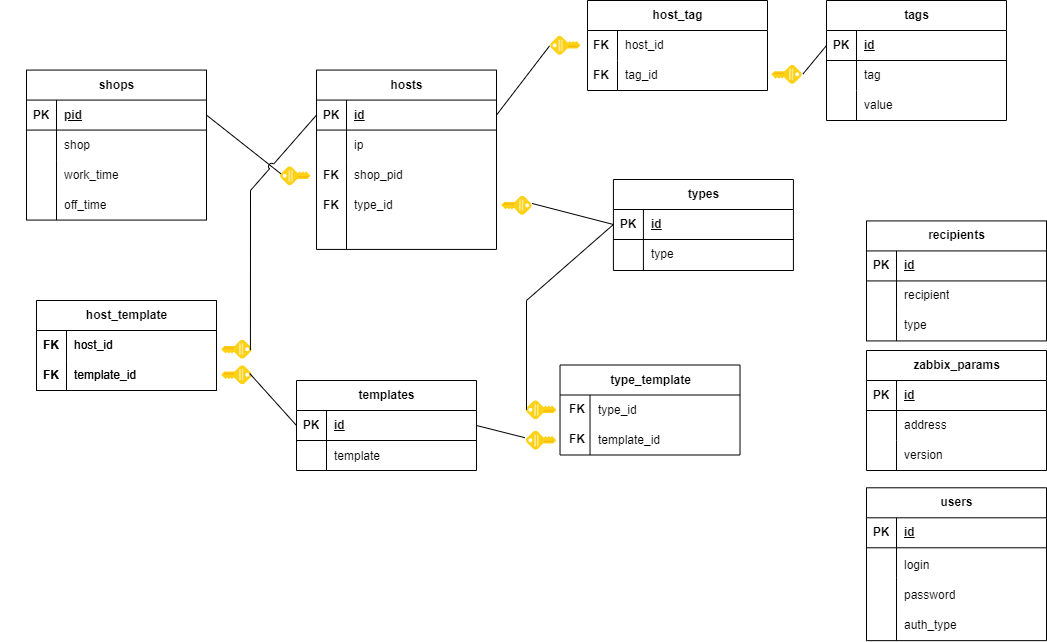
Before: db_schema.png, a diagram exported from draw.io (DorofD/zabbix_actualization_service). Source tidied: cells renumbered, new cells last; positions are measured from the earlier drawing's top-left corner, leaving out a move shared by most shapes.
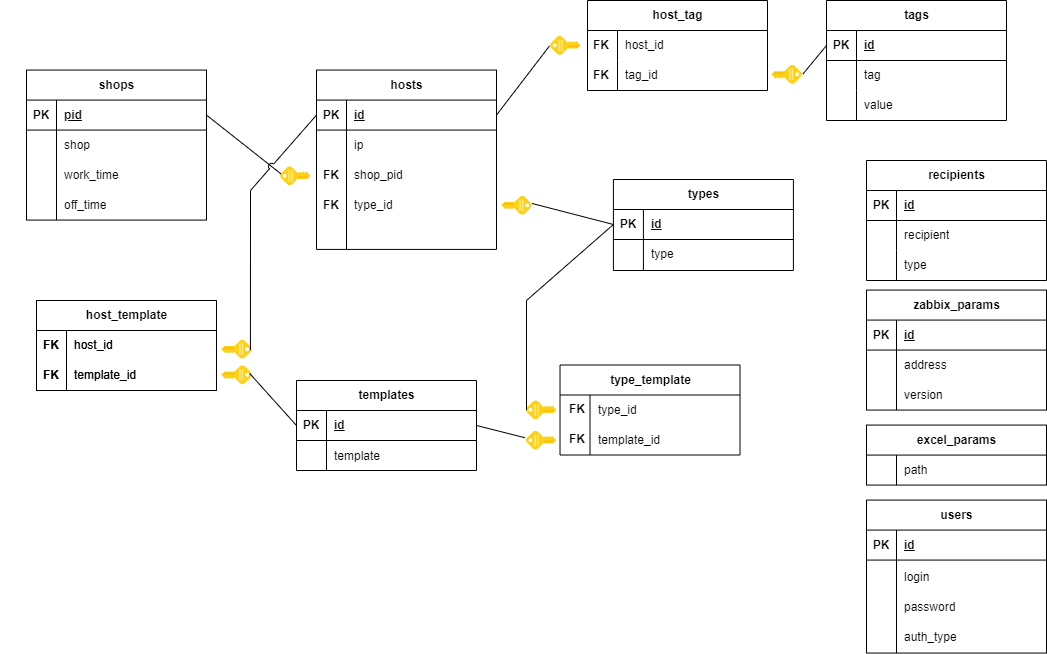
The same diagram one commit later.

Diff of the diagram source:
```diff
@@ -365,7 +365,7 @@
       </mxGeometry>
     </mxCell>
     <mxCell id="120" style="group;" parent="1" vertex="1">
-      <mxGeometry x="866" y="220.4" width="180" height="402.3" as="geometry" />
+      <mxGeometry x="866" y="160" width="180" height="419.7" as="geometry" />
     </mxCell>
     <mxCell id="121" value="recipients" style="shape=table;startSize=30;rowLines=0;fontStyle=1;align=center;html=1;" parent="120" vertex="1">
       <mxGeometry width="180" height="120" as="geometry" />
@@ -410,7 +410,7 @@
       <mxGeometry y="150" width="30" height="30" as="geometry" />
     </mxCell>
     <mxCell id="135" style="group;" parent="120" vertex="1">
-      <mxGeometry y="129.6" width="180" height="272.7" as="geometry" />
+      <mxGeometry y="129.6" width="180" height="290.1" as="geometry" />
     </mxCell>
     <mxCell id="136" value="zabbix_params" style="shape=table;startSize=30;rowLines=0;fontStyle=1;align=center;html=1;" parent="135" vertex="1">
       <mxGeometry width="180" height="120" as="geometry" />
@@ -454,8 +454,11 @@
     <mxCell id="149" style="shape=partialRectangle;fillColor=none;top=0;left=0;bottom=0;right=0;fontStyle=1;overflow=hidden;whiteSpace=wrap;html=1;" parent="135" vertex="1">
       <mxGeometry y="150" width="30" height="30" as="geometry" />
     </mxCell>
+    <mxCell id="163" style="group;" parent="135" vertex="1">
+      <mxGeometry y="210" width="180" height="152.9" as="geometry" />
+    </mxCell>
-    <mxCell id="150" value="users" style="shape=table;startSize=30;rowLines=0;fontStyle=1;align=center;html=1;" parent="135" vertex="1">
-      <mxGeometry y="137.3" width="180" height="152.9" as="geometry" />
+    <mxCell id="150" value="users" style="shape=table;startSize=30;rowLines=0;fontStyle=1;align=center;html=1;" parent="163" vertex="1">
+      <mxGeometry width="180" height="153" as="geometry" />
     </mxCell>
     <mxCell id="151" style="shape=tableRow;horizontal=0;startSize=0;swimlaneHead=0;swimlaneBody=0;fillColor=none;top=0;left=0;right=0;bottom=1;" parent="150" vertex="1">
       <mxGeometry y="30" width="180" height="30" as="geometry" />
@@ -484,14 +487,32 @@
     <mxCell id="159" style="shape=partialRectangle;fillColor=none;top=0;left=0;bottom=0;right=0;align=left;spacingLeft=6;overflow=hidden;whiteSpace=wrap;html=1;" parent="157" vertex="1">
       <mxGeometry x="30" width="150" height="63" as="geometry" />
     </mxCell>
-    <mxCell id="160" value="login" style="shape=partialRectangle;fillColor=none;top=0;left=0;bottom=0;right=0;align=left;spacingLeft=6;overflow=hidden;whiteSpace=wrap;html=1;" parent="135" vertex="1">
-      <mxGeometry x="30" y="200" width="150" height="30" as="geometry" />
+    <mxCell id="160" value="login" style="shape=partialRectangle;fillColor=none;top=0;left=0;bottom=0;right=0;align=left;spacingLeft=6;overflow=hidden;whiteSpace=wrap;html=1;" parent="163" vertex="1">
+      <mxGeometry x="30" y="62.7" width="150" height="30" as="geometry" />
     </mxCell>
-    <mxCell id="161" value="password" style="shape=partialRectangle;fillColor=none;top=0;left=0;bottom=0;right=0;align=left;spacingLeft=6;overflow=hidden;whiteSpace=wrap;html=1;" parent="135" vertex="1">
-      <mxGeometry x="30" y="230" width="150" height="30" as="geometry" />
+    <mxCell id="161" value="password" style="shape=partialRectangle;fillColor=none;top=0;left=0;bottom=0;right=0;align=left;spacingLeft=6;overflow=hidden;whiteSpace=wrap;html=1;" parent="163" vertex="1">
+      <mxGeometry x="30" y="92.7" width="150" height="30" as="geometry" />
     </mxCell>
-    <mxCell id="162" value="auth_type" style="shape=partialRectangle;fillColor=none;top=0;left=0;bottom=0;right=0;align=left;spacingLeft=6;overflow=hidden;whiteSpace=wrap;html=1;" parent="1" vertex="1">
-      <mxGeometry x="896" y="610" width="150" height="30" as="geometry" />
+    <mxCell id="162" value="auth_type" style="shape=partialRectangle;fillColor=none;top=0;left=0;bottom=0;right=0;align=left;spacingLeft=6;overflow=hidden;whiteSpace=wrap;html=1;" parent="163" vertex="1">
+      <mxGeometry x="30" y="122.7" width="150" height="30" as="geometry" />
     </mxCell>
+    <mxCell id="164" style="group;" parent="135" vertex="1">
+      <mxGeometry y="135" width="180" height="60" as="geometry" />
+    </mxCell>
+    <mxCell id="165" value="excel_params" style="shape=table;startSize=30;rowLines=0;fontStyle=1;align=center;html=1;" parent="164" vertex="1">
+      <mxGeometry width="180" height="60" as="geometry" />
+    </mxCell>
+    <mxCell id="166" style="shape=tableRow;horizontal=0;startSize=0;swimlaneHead=0;swimlaneBody=0;fillColor=none;top=0;left=0;right=0;bottom=0;" parent="165" vertex="1">
+      <mxGeometry y="30" width="180" height="30" as="geometry" />
+    </mxCell>
+    <mxCell id="167" style="shape=partialRectangle;fillColor=none;top=0;left=0;bottom=0;right=0;overflow=hidden;whiteSpace=wrap;html=1;" parent="166" vertex="1">
+      <mxGeometry width="30" height="30" as="geometry" />
+    </mxCell>
+    <mxCell id="168" style="shape=partialRectangle;fillColor=none;top=0;left=0;bottom=0;right=0;align=left;spacingLeft=6;overflow=hidden;whiteSpace=wrap;html=1;" parent="166" vertex="1">
+      <mxGeometry x="30" width="150" height="30" as="geometry" />
+    </mxCell>
+    <mxCell id="169" value="path" style="shape=partialRectangle;fillColor=none;top=0;left=0;bottom=0;right=0;align=left;spacingLeft=6;overflow=hidden;whiteSpace=wrap;html=1;" parent="164" vertex="1">
+      <mxGeometry x="30" y="30" width="150" height="30" as="geometry" />
+    </mxCell>
   </root>
 </mxGraphModel>
```
